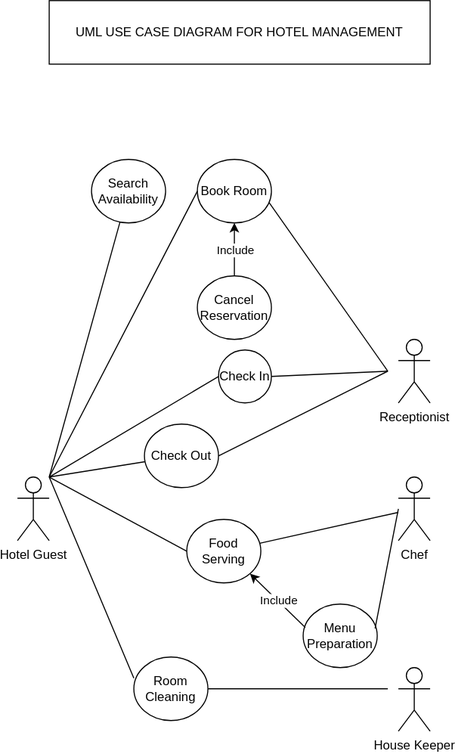
Above: UML_Hotel_management.svg in RidhimaBhandari/Software-Development- (draw.io), before the change. Source tidied: cells renumbered, new cells last; positions are measured from the earlier drawing's top-left corner, leaving out a move shared by most shapes.
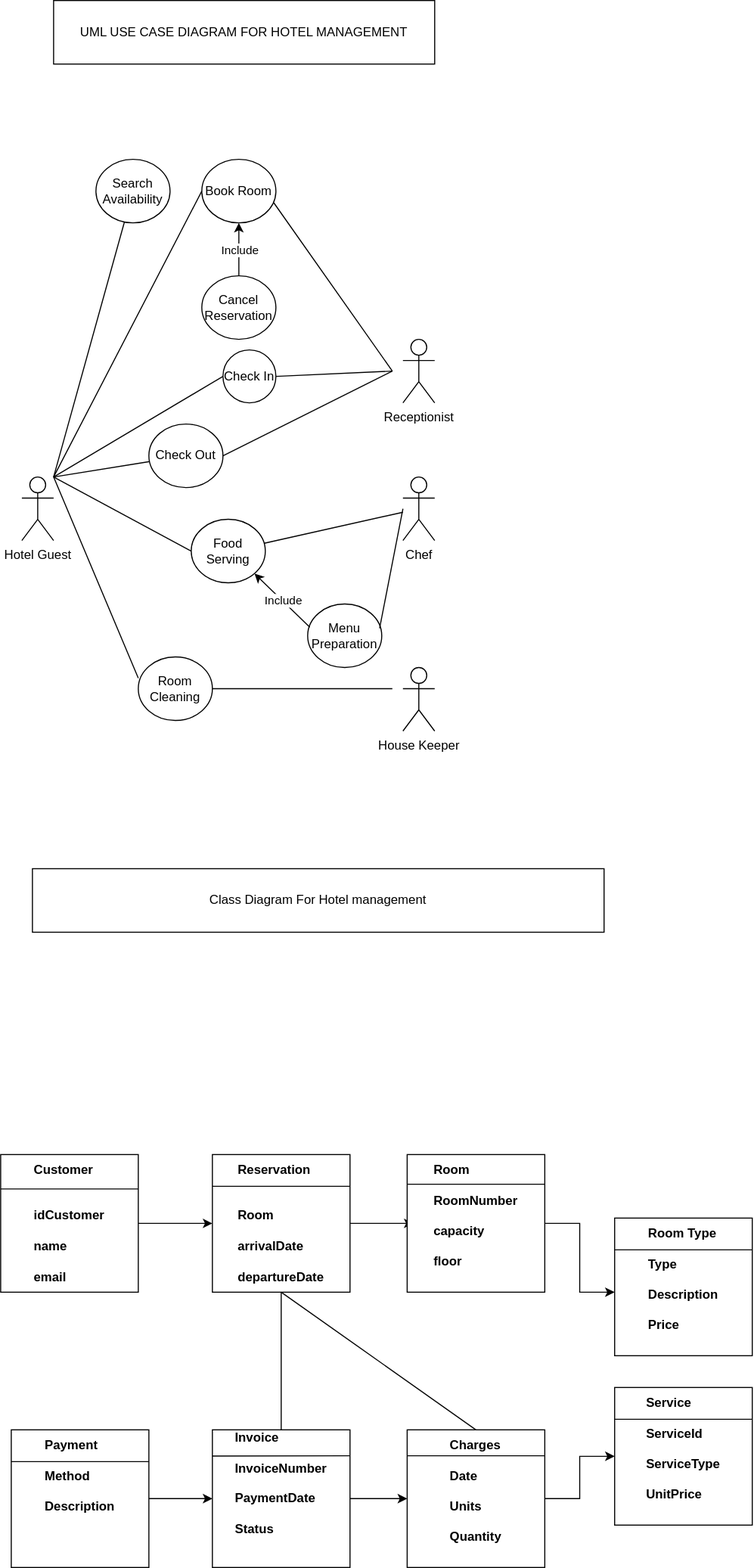
Later version of the same file.

The edit, as a diff of the source:
```diff
@@ -111,5 +111,107 @@
     <mxCell id="30" value="Include" style="edgeLabel;html=1;align=center;verticalAlign=middle;" parent="29" vertex="1">
       <mxGeometry relative="1" as="geometry" />
     </mxCell>
+    <mxCell id="31" value="Class Diagram For Hotel management" style="rounded=0;whiteSpace=wrap;html=1;" parent="1" vertex="1">
+      <mxGeometry x="10" y="820" width="540" height="60" as="geometry" />
+    </mxCell>
+    <mxCell id="32" style="edgeStyle=orthogonalEdgeStyle;rounded=0;jettySize=auto;html=1;exitX=1;exitY=0.5;exitDx=0;exitDy=0;" parent="1" edge="1" source="33">
+      <mxGeometry relative="1" as="geometry">
+        <mxPoint x="180" y="1155" as="targetPoint" />
+      </mxGeometry>
+    </mxCell>
+    <mxCell id="33" value="&lt;div style=&quot;text-align: left;&quot;&gt;&lt;b&gt;Customer&lt;/b&gt;&lt;/div&gt;&lt;div style=&quot;text-align: left;&quot;&gt;&lt;b&gt;&lt;br&gt;&lt;/b&gt;&lt;/div&gt;&lt;font&gt;&lt;div style=&quot;text-align: left;&quot;&gt;&lt;b&gt;&lt;br&gt;&lt;/b&gt;&lt;/div&gt;&lt;b&gt;&lt;div style=&quot;font-size: 12px; text-align: left;&quot;&gt;&lt;b&gt;idCustomer&lt;/b&gt;&lt;/div&gt;&lt;div style=&quot;font-size: 12px; text-align: left;&quot;&gt;&lt;b&gt;&lt;br&gt;&lt;/b&gt;&lt;/div&gt;&lt;div style=&quot;font-size: 12px; text-align: left;&quot;&gt;&lt;b&gt;name&lt;/b&gt;&lt;/div&gt;&lt;div style=&quot;font-size: 12px; text-align: left;&quot;&gt;&lt;b&gt;&lt;br&gt;&lt;/b&gt;&lt;/div&gt;&lt;div style=&quot;font-size: 12px; text-align: left;&quot;&gt;&lt;b&gt;email&lt;/b&gt;&lt;/div&gt;&lt;/b&gt;&lt;/font&gt;" style="whiteSpace=wrap;html=1;" parent="1" vertex="1">
+      <mxGeometry x="-20" y="1090" width="130" height="130" as="geometry" />
+    </mxCell>
+    <mxCell id="34" style="edgeStyle=orthogonalEdgeStyle;rounded=0;jettySize=auto;html=1;" parent="1" edge="1" source="35" target="42">
+      <mxGeometry relative="1" as="geometry" />
+    </mxCell>
+    <mxCell id="35" value="&lt;div style=&quot;text-align: left;&quot;&gt;&lt;b&gt;Payment&lt;/b&gt;&lt;/div&gt;&lt;div style=&quot;text-align: left;&quot;&gt;&lt;b&gt;&lt;br&gt;&lt;/b&gt;&lt;/div&gt;&lt;font style=&quot;&quot;&gt;&lt;b&gt;&lt;div style=&quot;text-align: left;&quot;&gt;&lt;b&gt;Method&lt;/b&gt;&lt;/div&gt;&lt;div style=&quot;text-align: left;&quot;&gt;&lt;b&gt;&lt;br&gt;&lt;/b&gt;&lt;/div&gt;&lt;div style=&quot;text-align: left;&quot;&gt;&lt;b&gt;Description&lt;/b&gt;&lt;/div&gt;&lt;div style=&quot;text-align: left;&quot;&gt;&lt;b&gt;&lt;br&gt;&lt;/b&gt;&lt;/div&gt;&lt;div style=&quot;text-align: left;&quot;&gt;&lt;br&gt;&lt;/div&gt;&lt;div style=&quot;text-align: left;&quot;&gt;&lt;b&gt;&lt;br&gt;&lt;/b&gt;&lt;/div&gt;&lt;/b&gt;&lt;/font&gt;" style="whiteSpace=wrap;html=1;" parent="1" vertex="1">
+      <mxGeometry x="-10" y="1350" width="130" height="130" as="geometry" />
+    </mxCell>
+    <mxCell id="36" style="edgeStyle=orthogonalEdgeStyle;rounded=0;jettySize=auto;html=1;exitX=1;exitY=0.5;exitDx=0;exitDy=0;" parent="1" edge="1" source="37">
+      <mxGeometry relative="1" as="geometry">
+        <mxPoint x="370" y="1155" as="targetPoint" />
+      </mxGeometry>
+    </mxCell>
+    <mxCell id="37" value="&lt;div style=&quot;text-align: left;&quot;&gt;&lt;b&gt;Reservation&lt;/b&gt;&lt;/div&gt;&lt;div style=&quot;text-align: left;&quot;&gt;&lt;b&gt;&lt;br&gt;&lt;/b&gt;&lt;/div&gt;&lt;font style=&quot;&quot;&gt;&lt;div style=&quot;text-align: left;&quot;&gt;&lt;b&gt;&lt;br&gt;&lt;/b&gt;&lt;/div&gt;&lt;b&gt;&lt;div style=&quot;text-align: left;&quot;&gt;&lt;b&gt;Room&lt;/b&gt;&lt;/div&gt;&lt;div style=&quot;text-align: left;&quot;&gt;&lt;b&gt;&lt;br&gt;&lt;/b&gt;&lt;/div&gt;&lt;div style=&quot;text-align: left;&quot;&gt;&lt;b&gt;arrivalDate&lt;/b&gt;&lt;/div&gt;&lt;div style=&quot;text-align: left;&quot;&gt;&lt;b&gt;&lt;br&gt;&lt;/b&gt;&lt;/div&gt;&lt;div style=&quot;text-align: left;&quot;&gt;&lt;b&gt;departureDate&lt;/b&gt;&lt;/div&gt;&lt;/b&gt;&lt;/font&gt;" style="whiteSpace=wrap;html=1;" parent="1" vertex="1">
+      <mxGeometry x="180" y="1090" width="130" height="130" as="geometry" />
+    </mxCell>
+    <mxCell id="38" style="edgeStyle=orthogonalEdgeStyle;rounded=0;jettySize=auto;html=1;exitX=1;exitY=0.5;exitDx=0;exitDy=0;" parent="1" edge="1" source="39">
+      <mxGeometry relative="1" as="geometry">
+        <mxPoint x="560" y="1220" as="targetPoint" />
+      </mxGeometry>
+    </mxCell>
+    <mxCell id="39" value="&lt;div style=&quot;text-align: left;&quot;&gt;&lt;b&gt;Room&lt;/b&gt;&lt;/div&gt;&lt;div style=&quot;text-align: left;&quot;&gt;&lt;br&gt;&lt;/div&gt;&lt;font style=&quot;&quot;&gt;&lt;b&gt;&lt;div style=&quot;text-align: left;&quot;&gt;&lt;b&gt;RoomNumber&lt;/b&gt;&lt;/div&gt;&lt;div style=&quot;text-align: left;&quot;&gt;&lt;b&gt;&lt;br&gt;&lt;/b&gt;&lt;/div&gt;&lt;div style=&quot;text-align: left;&quot;&gt;&lt;b&gt;capacity&lt;/b&gt;&lt;/div&gt;&lt;div style=&quot;text-align: left;&quot;&gt;&lt;b&gt;&lt;br&gt;&lt;/b&gt;&lt;/div&gt;&lt;div style=&quot;text-align: left;&quot;&gt;&lt;b&gt;floor&lt;/b&gt;&lt;/div&gt;&lt;div style=&quot;text-align: left;&quot;&gt;&lt;b&gt;&lt;br&gt;&lt;/b&gt;&lt;/div&gt;&lt;/b&gt;&lt;/font&gt;" style="whiteSpace=wrap;html=1;" parent="1" vertex="1">
+      <mxGeometry x="364" y="1090" width="130" height="130" as="geometry" />
+    </mxCell>
+    <mxCell id="40" value="&lt;div style=&quot;text-align: left;&quot;&gt;&lt;b&gt;Room Type&lt;/b&gt;&lt;/div&gt;&lt;div style=&quot;text-align: left;&quot;&gt;&lt;br&gt;&lt;/div&gt;&lt;font style=&quot;&quot;&gt;&lt;b&gt;&lt;div style=&quot;text-align: left;&quot;&gt;&lt;b&gt;Type&lt;/b&gt;&lt;/div&gt;&lt;div style=&quot;text-align: left;&quot;&gt;&lt;b&gt;&lt;br&gt;&lt;/b&gt;&lt;/div&gt;&lt;div style=&quot;text-align: left;&quot;&gt;&lt;b&gt;Description&lt;/b&gt;&lt;/div&gt;&lt;div style=&quot;text-align: left;&quot;&gt;&lt;b&gt;&lt;br&gt;&lt;/b&gt;&lt;/div&gt;&lt;div style=&quot;text-align: left;&quot;&gt;&lt;b&gt;Price&lt;/b&gt;&lt;/div&gt;&lt;div style=&quot;text-align: left;&quot;&gt;&lt;b&gt;&lt;br&gt;&lt;/b&gt;&lt;/div&gt;&lt;/b&gt;&lt;/font&gt;" style="whiteSpace=wrap;html=1;" parent="1" vertex="1">
+      <mxGeometry x="560" y="1150" width="130" height="130" as="geometry" />
+    </mxCell>
+    <mxCell id="41" style="edgeStyle=orthogonalEdgeStyle;rounded=0;jettySize=auto;html=1;" parent="1" edge="1" source="42" target="44">
+      <mxGeometry relative="1" as="geometry" />
+    </mxCell>
+    <mxCell id="42" value="&lt;div style=&quot;text-align: left;&quot;&gt;&lt;b&gt;Invoice&lt;/b&gt;&lt;/div&gt;&lt;div style=&quot;text-align: left;&quot;&gt;&lt;b&gt;&lt;br&gt;&lt;/b&gt;&lt;/div&gt;&lt;b style=&quot;&quot;&gt;&lt;div style=&quot;text-align: left;&quot;&gt;&lt;b&gt;InvoiceNumber&lt;/b&gt;&lt;/div&gt;&lt;div style=&quot;text-align: left;&quot;&gt;&lt;b&gt;&lt;br&gt;&lt;/b&gt;&lt;/div&gt;&lt;div style=&quot;text-align: left;&quot;&gt;&lt;b&gt;PaymentDate&lt;/b&gt;&lt;/div&gt;&lt;div style=&quot;text-align: left;&quot;&gt;&lt;b&gt;&lt;br&gt;&lt;/b&gt;&lt;/div&gt;&lt;div style=&quot;text-align: left;&quot;&gt;Status&lt;/div&gt;&lt;div style=&quot;text-align: left;&quot;&gt;&lt;br&gt;&lt;/div&gt;&lt;div style=&quot;text-align: left;&quot;&gt;&lt;br&gt;&lt;/div&gt;&lt;/b&gt;" style="whiteSpace=wrap;html=1;" parent="1" vertex="1">
+      <mxGeometry x="180" y="1350" width="130" height="130" as="geometry" />
+    </mxCell>
+    <mxCell id="43" style="edgeStyle=orthogonalEdgeStyle;rounded=0;jettySize=auto;html=1;" parent="1" edge="1" source="44" target="45">
+      <mxGeometry relative="1" as="geometry" />
+    </mxCell>
+    <mxCell id="44" value="&lt;div style=&quot;text-align: left;&quot;&gt;&lt;b&gt;Charges&lt;/b&gt;&lt;/div&gt;&lt;div style=&quot;text-align: left;&quot;&gt;&lt;b&gt;&lt;br&gt;&lt;/b&gt;&lt;/div&gt;&lt;div style=&quot;text-align: left;&quot;&gt;&lt;b&gt;Date&lt;/b&gt;&lt;/div&gt;&lt;div style=&quot;text-align: left;&quot;&gt;&lt;b&gt;&lt;br&gt;&lt;/b&gt;&lt;/div&gt;&lt;div style=&quot;text-align: left;&quot;&gt;&lt;b&gt;Units&lt;/b&gt;&lt;/div&gt;&lt;div style=&quot;text-align: left;&quot;&gt;&lt;b&gt;&lt;br&gt;&lt;/b&gt;&lt;/div&gt;&lt;div style=&quot;text-align: left;&quot;&gt;&lt;b&gt;Quantity&lt;/b&gt;&lt;/div&gt;&lt;b&gt;&lt;div style=&quot;text-align: left;&quot;&gt;&lt;br&gt;&lt;/div&gt;&lt;/b&gt;" style="whiteSpace=wrap;html=1;" parent="1" vertex="1">
+      <mxGeometry x="364" y="1350" width="130" height="130" as="geometry" />
+    </mxCell>
+    <mxCell id="45" value="&lt;div style=&quot;text-align: left;&quot;&gt;&lt;b&gt;Service&amp;nbsp;&lt;/b&gt;&lt;/div&gt;&lt;div style=&quot;text-align: left;&quot;&gt;&lt;br&gt;&lt;/div&gt;&lt;b style=&quot;&quot;&gt;&lt;div style=&quot;text-align: left;&quot;&gt;&lt;b&gt;ServiceId&lt;/b&gt;&lt;/div&gt;&lt;div style=&quot;text-align: left;&quot;&gt;&lt;b&gt;&lt;br&gt;&lt;/b&gt;&lt;/div&gt;&lt;div style=&quot;text-align: left;&quot;&gt;&lt;b&gt;ServiceType&lt;/b&gt;&lt;/div&gt;&lt;div style=&quot;text-align: left;&quot;&gt;&lt;b&gt;&lt;br&gt;&lt;/b&gt;&lt;/div&gt;&lt;div style=&quot;text-align: left;&quot;&gt;&lt;b&gt;UnitPrice&lt;/b&gt;&lt;/div&gt;&lt;div&gt;&lt;b&gt;&lt;br&gt;&lt;/b&gt;&lt;/div&gt;&lt;/b&gt;" style="whiteSpace=wrap;html=1;" parent="1" vertex="1">
+      <mxGeometry x="560" y="1310" width="130" height="130" as="geometry" />
+    </mxCell>
+    <mxCell id="46" style="endArrow=none;html=1;rounded=0;exitX=0;exitY=0.25;exitDx=0;exitDy=0;entryX=1;entryY=0.25;entryDx=0;entryDy=0;" parent="1" edge="1" source="33" target="33">
+      <mxGeometry relative="1" as="geometry" />
+    </mxCell>
+    <mxCell id="47" style="endArrow=none;html=1;rounded=0;exitX=0;exitY=0.5;exitDx=0;exitDy=0;entryX=1;entryY=0.5;entryDx=0;entryDy=0;" parent="1" edge="1">
+      <mxGeometry relative="1" as="geometry">
+        <mxPoint x="180" y="1120" as="sourcePoint" />
+        <mxPoint x="310" y="1120" as="targetPoint" />
+      </mxGeometry>
+    </mxCell>
+    <mxCell id="48" style="endArrow=none;html=1;rounded=0;exitX=0;exitY=0.5;exitDx=0;exitDy=0;entryX=1;entryY=0.5;entryDx=0;entryDy=0;" parent="1" edge="1">
+      <mxGeometry relative="1" as="geometry">
+        <mxPoint x="364" y="1118" as="sourcePoint" />
+        <mxPoint x="494" y="1118" as="targetPoint" />
+      </mxGeometry>
+    </mxCell>
+    <mxCell id="49" style="endArrow=none;html=1;rounded=0;exitX=0;exitY=0.5;exitDx=0;exitDy=0;entryX=1;entryY=0.5;entryDx=0;entryDy=0;" parent="1" edge="1">
+      <mxGeometry relative="1" as="geometry">
+        <mxPoint x="-10" y="1380" as="sourcePoint" />
+        <mxPoint x="120" y="1380" as="targetPoint" />
+      </mxGeometry>
+    </mxCell>
+    <mxCell id="50" style="endArrow=none;html=1;rounded=0;exitX=0;exitY=0.5;exitDx=0;exitDy=0;" parent="1" edge="1">
+      <mxGeometry relative="1" as="geometry">
+        <mxPoint x="180" y="1374.8" as="sourcePoint" />
+        <mxPoint x="310" y="1374.5" as="targetPoint" />
+      </mxGeometry>
+    </mxCell>
+    <mxCell id="51" style="endArrow=none;html=1;rounded=0;exitX=0;exitY=0.5;exitDx=0;exitDy=0;entryX=1;entryY=0.5;entryDx=0;entryDy=0;" parent="1" edge="1">
+      <mxGeometry relative="1" as="geometry">
+        <mxPoint x="364" y="1374.5" as="sourcePoint" />
+        <mxPoint x="494" y="1374.5" as="targetPoint" />
+      </mxGeometry>
+    </mxCell>
+    <mxCell id="52" style="endArrow=none;html=1;rounded=0;exitX=0;exitY=0.5;exitDx=0;exitDy=0;entryX=1;entryY=0.5;entryDx=0;entryDy=0;" parent="1" edge="1">
+      <mxGeometry relative="1" as="geometry">
+        <mxPoint x="560" y="1340" as="sourcePoint" />
+        <mxPoint x="690" y="1340" as="targetPoint" />
+      </mxGeometry>
+    </mxCell>
+    <mxCell id="53" style="endArrow=none;html=1;rounded=0;exitX=0;exitY=0.5;exitDx=0;exitDy=0;entryX=1;entryY=0.5;entryDx=0;entryDy=0;" parent="1" edge="1">
+      <mxGeometry relative="1" as="geometry">
+        <mxPoint x="560" y="1180" as="sourcePoint" />
+        <mxPoint x="690" y="1180" as="targetPoint" />
+      </mxGeometry>
+    </mxCell>
+    <mxCell id="54" style="endArrow=none;html=1;rounded=0;exitX=0.5;exitY=1;exitDx=0;exitDy=0;entryX=0.5;entryY=0;entryDx=0;entryDy=0;" parent="1" edge="1" source="37" target="44">
+      <mxGeometry relative="1" as="geometry" />
+    </mxCell>
+    <mxCell id="55" style="endArrow=none;html=1;rounded=0;exitX=0.5;exitY=1;exitDx=0;exitDy=0;entryX=0.5;entryY=0;entryDx=0;entryDy=0;" parent="1" edge="1" source="37" target="42">
+      <mxGeometry relative="1" as="geometry" />
+    </mxCell>
   </root>
 </mxGraphModel>
```
